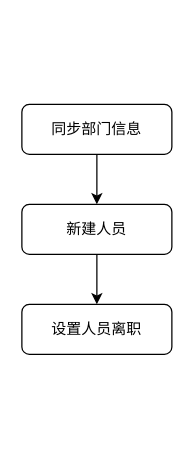
pbm0802/GitIDEATest keeps this draw.io diagram as 未命名绘图.drawio. Above is the earlier version. Source tidied: cells renumbered, new cells numbered last; positions are measured from the earlier drawing's top-left corner, leaving out a move shared by most shapes. Both pictures are drawn from the tidied source at 125%, with x=0, y=0 at pixel (21, 104).
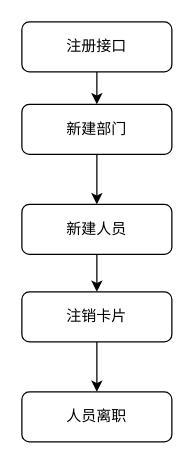
The same diagram, later.

Commit message (it also covers changes not shown here):
更新未命名绘图.drawio

What changed in the source:
```diff
@@
 <mxGraphModel>
   <root>
     <mxCell id="0" />
     <mxCell id="1" parent="0" />
     <mxCell id="2" style="edgeStyle=orthogonalEdgeStyle;rounded=0;jettySize=auto;html=1;exitX=0.5;exitY=1;exitDx=0;exitDy=0;" parent="1" edge="1" source="3" target="5">
       <mxGeometry relative="1" as="geometry" />
     </mxCell>
-    <mxCell id="3" value="同步部门信息" style="rounded=1;whiteSpace=wrap;html=1;fontSize=12;glass=0;strokeWidth=1;shadow=0;" parent="1" vertex="1">
+    <mxCell id="3" value="新建部门" style="rounded=1;whiteSpace=wrap;html=1;fontSize=12;glass=0;strokeWidth=1;shadow=0;" parent="1" vertex="1">
       <mxGeometry width="120" height="40" as="geometry" />
     </mxCell>
     <mxCell id="4" style="edgeStyle=orthogonalEdgeStyle;rounded=0;jettySize=auto;html=1;exitX=0.5;exitY=1;exitDx=0;exitDy=0;entryX=0.5;entryY=0;entryDx=0;entryDy=0;" parent="1" edge="1" source="5" target="6">
       <mxGeometry relative="1" as="geometry" />
     </mxCell>
     <mxCell id="5" value="新建人员" style="rounded=1;whiteSpace=wrap;html=1;fontSize=12;glass=0;strokeWidth=1;shadow=0;" parent="1" vertex="1">
       <mxGeometry y="80" width="120" height="40" as="geometry" />
     </mxCell>
+    <mxCell id="7" style="edgeStyle=orthogonalEdgeStyle;rounded=0;jettySize=auto;html=1;exitX=0.5;exitY=1;exitDx=0;exitDy=0;entryX=0.5;entryY=0;entryDx=0;entryDy=0;" parent="1" edge="1" source="6" target="8">
+      <mxGeometry relative="1" as="geometry" />
+    </mxCell>
-    <mxCell id="6" value="设置人员离职" style="rounded=1;whiteSpace=wrap;html=1;fontSize=12;glass=0;strokeWidth=1;shadow=0;" parent="1" vertex="1">
-      <mxGeometry y="160" width="120" height="40" as="geometry" />
+    <mxCell id="6" value="注销卡片" style="rounded=1;whiteSpace=wrap;html=1;fontSize=12;glass=0;strokeWidth=1;shadow=0;" parent="1" vertex="1">
+      <mxGeometry y="150" width="120" height="40" as="geometry" />
     </mxCell>
+    <mxCell id="8" value="人员离职" style="rounded=1;whiteSpace=wrap;html=1;fontSize=12;glass=0;strokeWidth=1;shadow=0;" parent="1" vertex="1">
+      <mxGeometry y="230" width="120" height="40" as="geometry" />
+    </mxCell>
+    <mxCell id="9" style="edgeStyle=orthogonalEdgeStyle;rounded=0;jettySize=auto;html=1;exitX=0.5;exitY=1;exitDx=0;exitDy=0;entryX=0.5;entryY=0;entryDx=0;entryDy=0;" parent="1" edge="1" source="10" target="3">
+      <mxGeometry relative="1" as="geometry" />
+    </mxCell>
+    <mxCell id="10" value="注册接口" style="rounded=1;whiteSpace=wrap;html=1;fontSize=12;glass=0;strokeWidth=1;shadow=0;" parent="1" vertex="1">
+      <mxGeometry y="-66" width="120" height="40" as="geometry" />
+    </mxCell>
   </root>
 </mxGraphModel>
```
